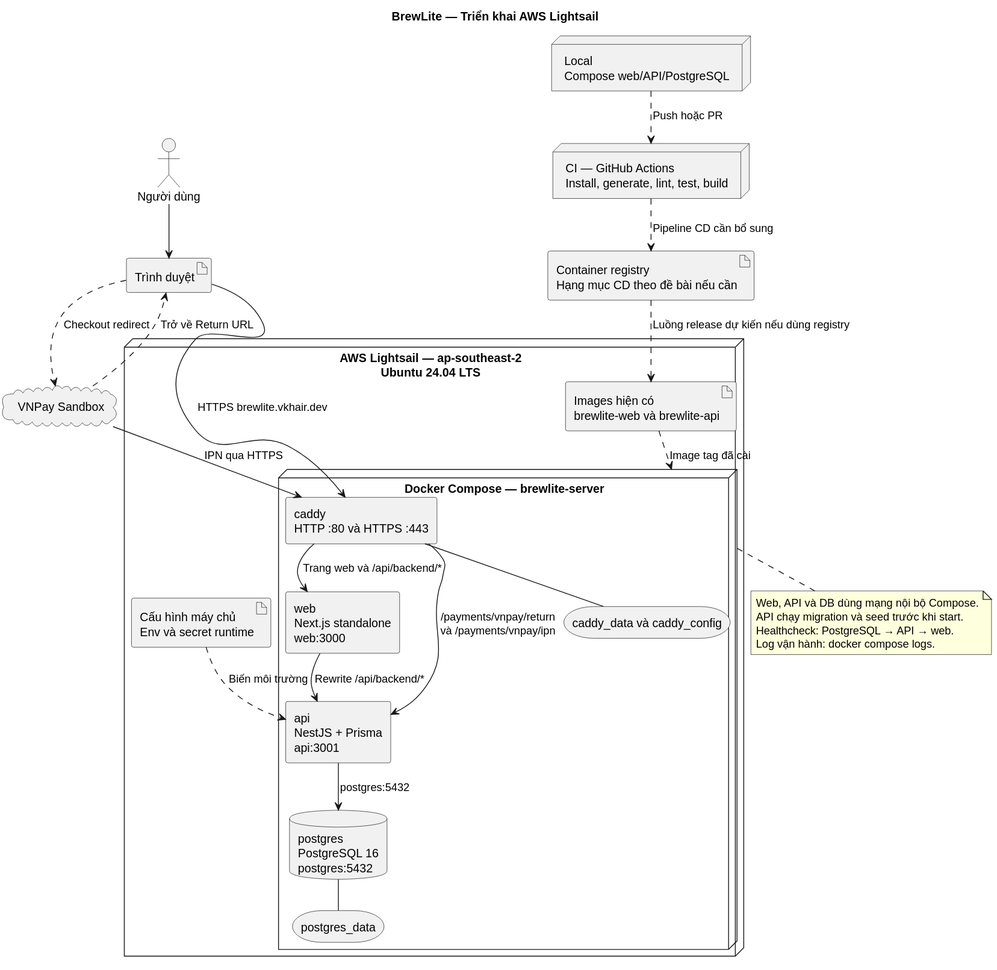
Earlier version of the PlantUML export docs/diagrams/deploymentDiagram.svg (VKhair/brewlite). Source of this version:
```plantuml
@startuml
title BrewLite — Triển khai AWS Lightsail
!pragma layout smetana
skinparam shadowing false
skinparam componentStyle rectangle

actor "Người dùng" as Customer
artifact "Trình duyệt" as Browser
cloud "VNPay Sandbox" as Gateway
node "Local\nCompose web/API/PostgreSQL" as Local
node "CI — GitHub Actions\nInstall, generate, lint, test, build" as CI
artifact "Container registry\nHạng mục CD theo đề bài nếu cần" as Registry

node "AWS Lightsail — ap-southeast-2\nUbuntu 24.04 LTS" as Host {
  artifact "Images hiện có\nbrewlite-web và brewlite-api" as Images
  artifact "Cấu hình máy chủ\nEnv và secret runtime" as Env
  node "Docker Compose — brewlite-server" as Compose {
    component "caddy\nHTTP :80 và HTTPS :443" as Caddy
    component "web\nNext.js standalone\nweb:3000" as Web
    component "api\nNestJS + Prisma\napi:3001" as API
    database "postgres\nPostgreSQL 16\npostgres:5432" as DB
    storage "postgres_data" as Data
    storage "caddy_data và caddy_config" as CaddyData
  }
}

Customer --> Browser
Browser --> Caddy : HTTPS brewlite.vkhair.dev
Browser ..> Gateway : Checkout redirect
Gateway --> Caddy : IPN qua HTTPS
Gateway ..> Browser : Trở về Return URL
Caddy --> Web : Trang web và /api/backend/*
Caddy --> API : /payments/vnpay/return\nvà /payments/vnpay/ipn
Web --> API : Rewrite /api/backend/*
API --> DB : postgres:5432
DB -- Data
Caddy -- CaddyData
Env ..> API : Biến môi trường
Images ..> Compose : Image tag đã cài
Local ..> CI : Push hoặc PR
CI ..> Registry : Pipeline CD cần bổ sung
Registry ..> Images : Luồng release dự kiến nếu dùng registry

note bottom of Compose
  Web, API và DB dùng mạng nội bộ Compose.
  API chạy migration và seed trước khi start.
  Healthcheck: PostgreSQL → API → web.
  Log vận hành: docker compose logs.
end note
@enduml
```
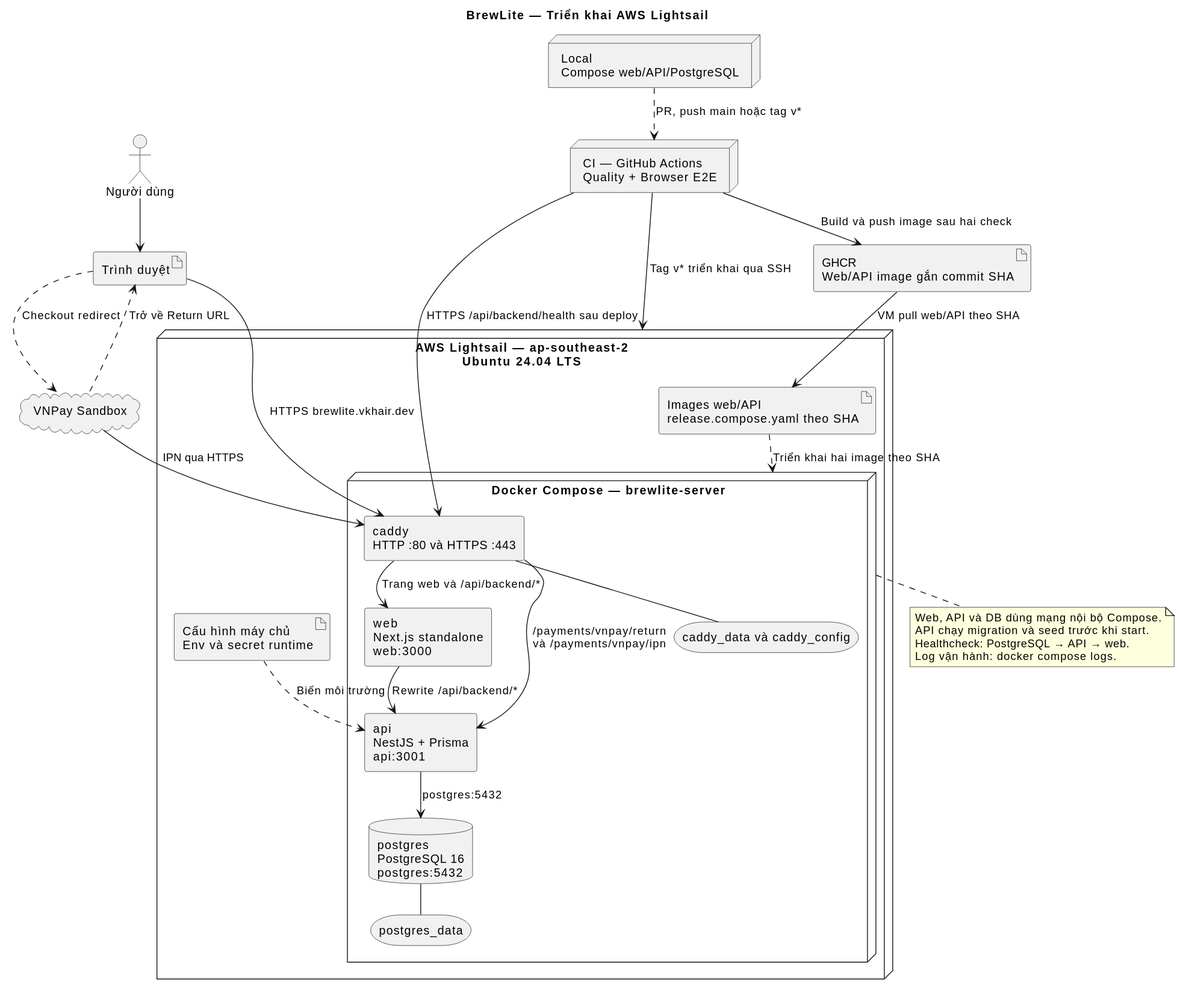
Above is the later version.

Diff of the diagram source:
```diff
@@ -8,11 +8,11 @@
 artifact "Trình duyệt" as Browser
 cloud "VNPay Sandbox" as Gateway
 node "Local\nCompose web/API/PostgreSQL" as Local
-node "CI — GitHub Actions\nInstall, generate, lint, test, build" as CI
-artifact "Container registry\nHạng mục CD theo đề bài nếu cần" as Registry
+node "CI — GitHub Actions\nQuality + Browser E2E" as CI
+artifact "GHCR\nWeb/API image gắn commit SHA" as Registry
 
 node "AWS Lightsail — ap-southeast-2\nUbuntu 24.04 LTS" as Host {
-  artifact "Images hiện có\nbrewlite-web và brewlite-api" as Images
+  artifact "Images web/API\nrelease.compose.yaml theo SHA" as Images
   artifact "Cấu hình máy chủ\nEnv và secret runtime" as Env
   node "Docker Compose — brewlite-server" as Compose {
     component "caddy\nHTTP :80 và HTTPS :443" as Caddy
@@ -36,10 +36,12 @@
 DB -- Data
 Caddy -- CaddyData
 Env ..> API : Biến môi trường
-Images ..> Compose : Image tag đã cài
-Local ..> CI : Push hoặc PR
-CI ..> Registry : Pipeline CD cần bổ sung
-Registry ..> Images : Luồng release dự kiến nếu dùng registry
+Images ..> Compose : Triển khai hai image theo SHA
+Local ..> CI : PR, push main hoặc tag v*
+CI --> Registry : Build và push image sau hai check
+CI --> Host : Tag v* triển khai qua SSH
+CI --> Caddy : HTTPS /api/backend/health sau deploy
+Registry --> Images : VM pull web/API theo SHA
 
 note bottom of Compose
   Web, API và DB dùng mạng nội bộ Compose.
```
